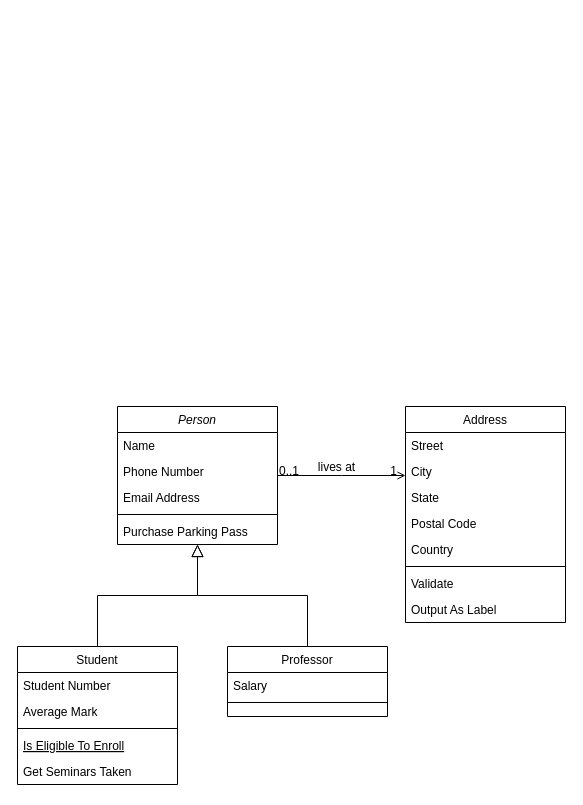
This is cd-Relæ.drawio from JacobJH/JacobJH, a draw.io file, before an edit. Source tidied: cells renumbered, new cells numbered last; positions are measured from the earlier drawing's top-left corner, leaving out a move shared by most shapes. Both pictures are drawn from the tidied source at 100%, with x=0, y=0 at pixel (17, 406).
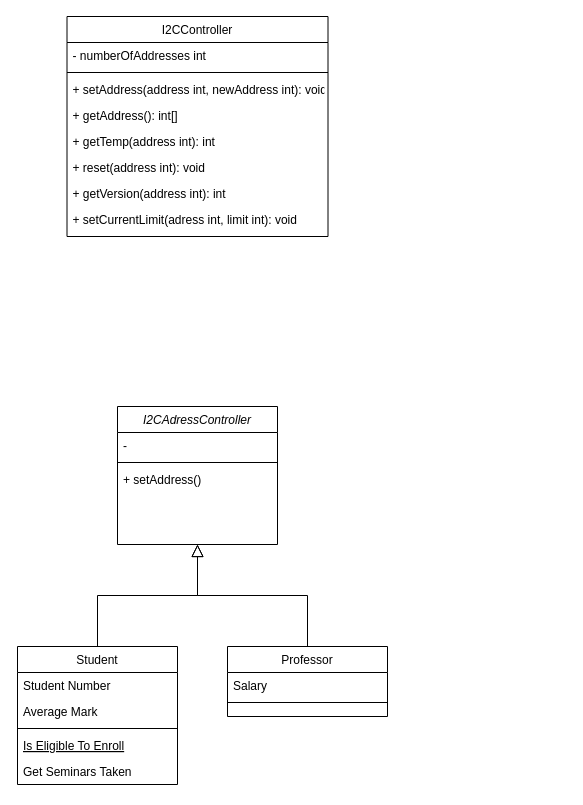
Above is the later version.

Change to the diagram source:
```diff
@@
-    <mxCell id="2" value="Person" style="swimlane;fontStyle=2;align=center;verticalAlign=top;horizontal=1;startSize=26;rounded=0;shadow=0;strokeWidth=1;" parent="1" vertex="1">
+    <mxCell id="2" value="I2CAdressController" style="swimlane;fontStyle=2;align=center;verticalAlign=top;horizontal=1;startSize=26;rounded=0;shadow=0;strokeWidth=1;" parent="1" vertex="1">
       <mxGeometry x="100" width="160" height="138" as="geometry" />
     </mxCell>
-    <mxCell id="3" value="Name" style="text;align=left;verticalAlign=top;spacingLeft=4;spacingRight=4;overflow=hidden;" parent="2" vertex="1">
-      <mxGeometry y="26" width="160" height="26" as="geometry" />
-    </mxCell>
-    <mxCell id="4" value="Phone Number" style="text;align=left;verticalAlign=top;spacingLeft=4;spacingRight=4;overflow=hidden;rounded=0;shadow=0;html=0;" parent="2" vertex="1">
-      <mxGeometry y="52" width="160" height="26" as="geometry" />
+    <mxCell id="4" value="-" style="text;align=left;verticalAlign=top;spacingLeft=4;spacingRight=4;overflow=hidden;rounded=0;shadow=0;html=0;" parent="2" vertex="1">
+      <mxGeometry y="26" width="160" height="26" as="geometry" />
     </mxCell>
-    <mxCell id="5" value="Email Address" style="text;align=left;verticalAlign=top;spacingLeft=4;spacingRight=4;overflow=hidden;rounded=0;shadow=0;html=0;" parent="2" vertex="1">
-      <mxGeometry y="78" width="160" height="26" as="geometry" />
-    </mxCell>
     <mxCell id="6" style="line;html=1;strokeWidth=1;align=left;verticalAlign=middle;spacingTop=-1;spacingLeft=3;spacingRight=3;labelPosition=right;" parent="2" vertex="1">
-      <mxGeometry y="104" width="160" height="8" as="geometry" />
+      <mxGeometry y="52" width="160" height="8" as="geometry" />
     </mxCell>
-    <mxCell id="7" value="Purchase Parking Pass" style="text;align=left;verticalAlign=top;spacingLeft=4;spacingRight=4;overflow=hidden;" parent="2" vertex="1">
-      <mxGeometry y="112" width="160" height="26" as="geometry" />
+    <mxCell id="7" value="+ setAddress()" style="text;align=left;verticalAlign=top;spacingLeft=4;spacingRight=4;overflow=hidden;" parent="2" vertex="1">
+      <mxGeometry y="60" width="160" height="26" as="geometry" />
     </mxCell>
@@
-    <mxCell id="19" value="Address" style="swimlane;fontStyle=0;align=center;verticalAlign=top;horizontal=1;startSize=26;rounded=0;shadow=0;strokeWidth=1;" parent="1" vertex="1">
-      <mxGeometry x="388" width="160" height="216" as="geometry" />
+    <mxCell id="19" value="I2CController" style="swimlane;fontStyle=0;align=center;verticalAlign=top;horizontal=1;startSize=26;rounded=0;shadow=0;strokeWidth=1;" parent="1" vertex="1">
+      <mxGeometry x="49.5" y="-390" width="261" height="220" as="geometry" />
     </mxCell>
-    <mxCell id="20" value="Street" style="text;align=left;verticalAlign=top;spacingLeft=4;spacingRight=4;overflow=hidden;" parent="19" vertex="1">
-      <mxGeometry y="26" width="160" height="26" as="geometry" />
-    </mxCell>
-    <mxCell id="21" value="City" style="text;align=left;verticalAlign=top;spacingLeft=4;spacingRight=4;overflow=hidden;rounded=0;shadow=0;html=0;" parent="19" vertex="1">
-      <mxGeometry y="52" width="160" height="26" as="geometry" />
-    </mxCell>
-    <mxCell id="22" value="State" style="text;align=left;verticalAlign=top;spacingLeft=4;spacingRight=4;overflow=hidden;rounded=0;shadow=0;html=0;" parent="19" vertex="1">
-      <mxGeometry y="78" width="160" height="26" as="geometry" />
+    <mxCell id="22" value="- numberOfAddresses int" style="text;align=left;verticalAlign=top;spacingLeft=4;spacingRight=4;overflow=hidden;rounded=0;shadow=0;html=0;" parent="19" vertex="1">
+      <mxGeometry y="26" width="261" height="26" as="geometry" />
     </mxCell>
-    <mxCell id="23" value="Postal Code" style="text;align=left;verticalAlign=top;spacingLeft=4;spacingRight=4;overflow=hidden;rounded=0;shadow=0;html=0;" parent="19" vertex="1">
-      <mxGeometry y="104" width="160" height="26" as="geometry" />
-    </mxCell>
-    <mxCell id="24" value="Country" style="text;align=left;verticalAlign=top;spacingLeft=4;spacingRight=4;overflow=hidden;rounded=0;shadow=0;html=0;" parent="19" vertex="1">
-      <mxGeometry y="130" width="160" height="26" as="geometry" />
-    </mxCell>
     <mxCell id="25" style="line;html=1;strokeWidth=1;align=left;verticalAlign=middle;spacingTop=-1;spacingLeft=3;spacingRight=3;labelPosition=right;" parent="19" vertex="1">
-      <mxGeometry y="156" width="160" height="8" as="geometry" />
+      <mxGeometry y="52" width="261" height="8" as="geometry" />
     </mxCell>
-    <mxCell id="26" value="Validate" style="text;align=left;verticalAlign=top;spacingLeft=4;spacingRight=4;overflow=hidden;" parent="19" vertex="1">
-      <mxGeometry y="164" width="160" height="26" as="geometry" />
+    <mxCell id="26" value="+ setAddress(address int, newAddress int): void" style="text;align=left;verticalAlign=top;spacingLeft=4;spacingRight=4;overflow=hidden;" parent="19" vertex="1">
+      <mxGeometry y="60" width="261" height="26" as="geometry" />
     </mxCell>
-    <mxCell id="27" value="Output As Label" style="text;align=left;verticalAlign=top;spacingLeft=4;spacingRight=4;overflow=hidden;" parent="19" vertex="1">
-      <mxGeometry y="190" width="160" height="26" as="geometry" />
+    <mxCell id="27" value="+ getAddress(): int[]" style="text;align=left;verticalAlign=top;spacingLeft=4;spacingRight=4;overflow=hidden;" parent="19" vertex="1">
+      <mxGeometry y="86" width="261" height="26" as="geometry" />
     </mxCell>
-    <mxCell id="28" style="endArrow=open;shadow=0;strokeWidth=1;rounded=0;endFill=1;edgeStyle=elbowEdgeStyle;elbow=vertical;" parent="1" edge="1" source="2" target="19">
-      <mxGeometry x="0.5" y="41" relative="1" as="geometry">
-        <mxPoint x="-40" y="32" as="offset" />
-      </mxGeometry>
-    </mxCell>
-    <mxCell id="29" value="0..1" style="align=left;verticalAlign=bottom;labelBackgroundColor=none;fontSize=12;" parent="28" vertex="1">
-      <mxGeometry x="-1" relative="1" as="geometry">
-        <mxPoint y="4" as="offset" />
-      </mxGeometry>
-    </mxCell>
-    <mxCell id="30" value="1" style="align=right;verticalAlign=bottom;labelBackgroundColor=none;fontSize=12;" parent="28" vertex="1">
-      <mxGeometry x="1" relative="1" as="geometry">
-        <mxPoint x="-7" y="4" as="offset" />
-      </mxGeometry>
-    </mxCell>
-    <mxCell id="31" value="lives at" style="text;html=1;align=center;verticalAlign=middle;labelBackgroundColor=none;rounded=0;shadow=0;strokeWidth=1;fontSize=12;" parent="28" vertex="1">
-      <mxGeometry x="0.5" y="49" relative="1" as="geometry">
-        <mxPoint x="-38" y="40" as="offset" />
-      </mxGeometry>
-    </mxCell>
+    <mxCell id="32" value="+ getTemp(address int): int" style="text;align=left;verticalAlign=top;spacingLeft=4;spacingRight=4;overflow=hidden;" parent="19" vertex="1">
+      <mxGeometry y="112" width="261" height="26" as="geometry" />
+    </mxCell>
+    <mxCell id="33" value="+ reset(address int): void" style="text;align=left;verticalAlign=top;spacingLeft=4;spacingRight=4;overflow=hidden;" parent="19" vertex="1">
+      <mxGeometry y="138" width="261" height="26" as="geometry" />
+    </mxCell>
+    <mxCell id="34" value="+ getVersion(address int): int" style="text;align=left;verticalAlign=top;spacingLeft=4;spacingRight=4;overflow=hidden;" parent="19" vertex="1">
+      <mxGeometry y="164" width="261" height="26" as="geometry" />
+    </mxCell>
+    <mxCell id="35" value="+ setCurrentLimit(adress int, limit int): void" style="text;align=left;verticalAlign=top;spacingLeft=4;spacingRight=4;overflow=hidden;" parent="19" vertex="1">
+      <mxGeometry y="190" width="261" height="26" as="geometry" />
+    </mxCell>
```
